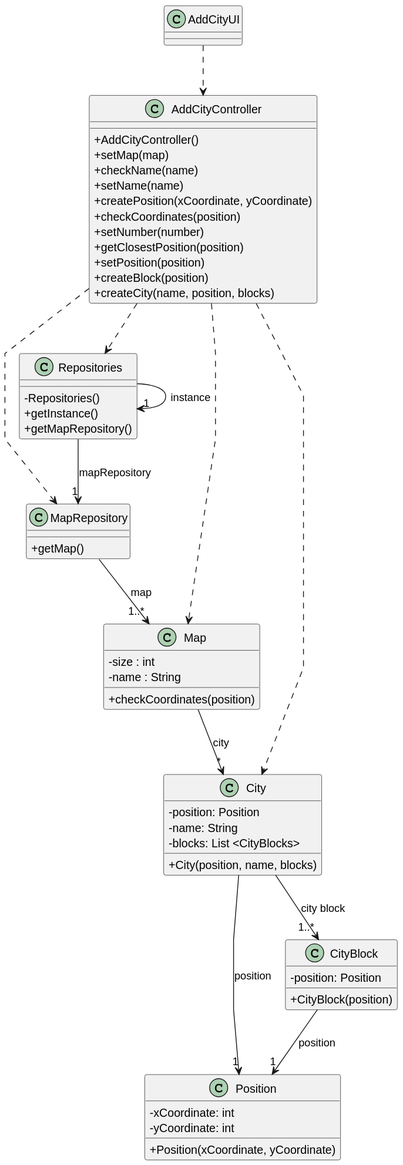
Before: docsFinais/US003/03.design/svg/US003-CD.svg, a diagram exported from PlantUML (1240935/pi2-railway-simulator).
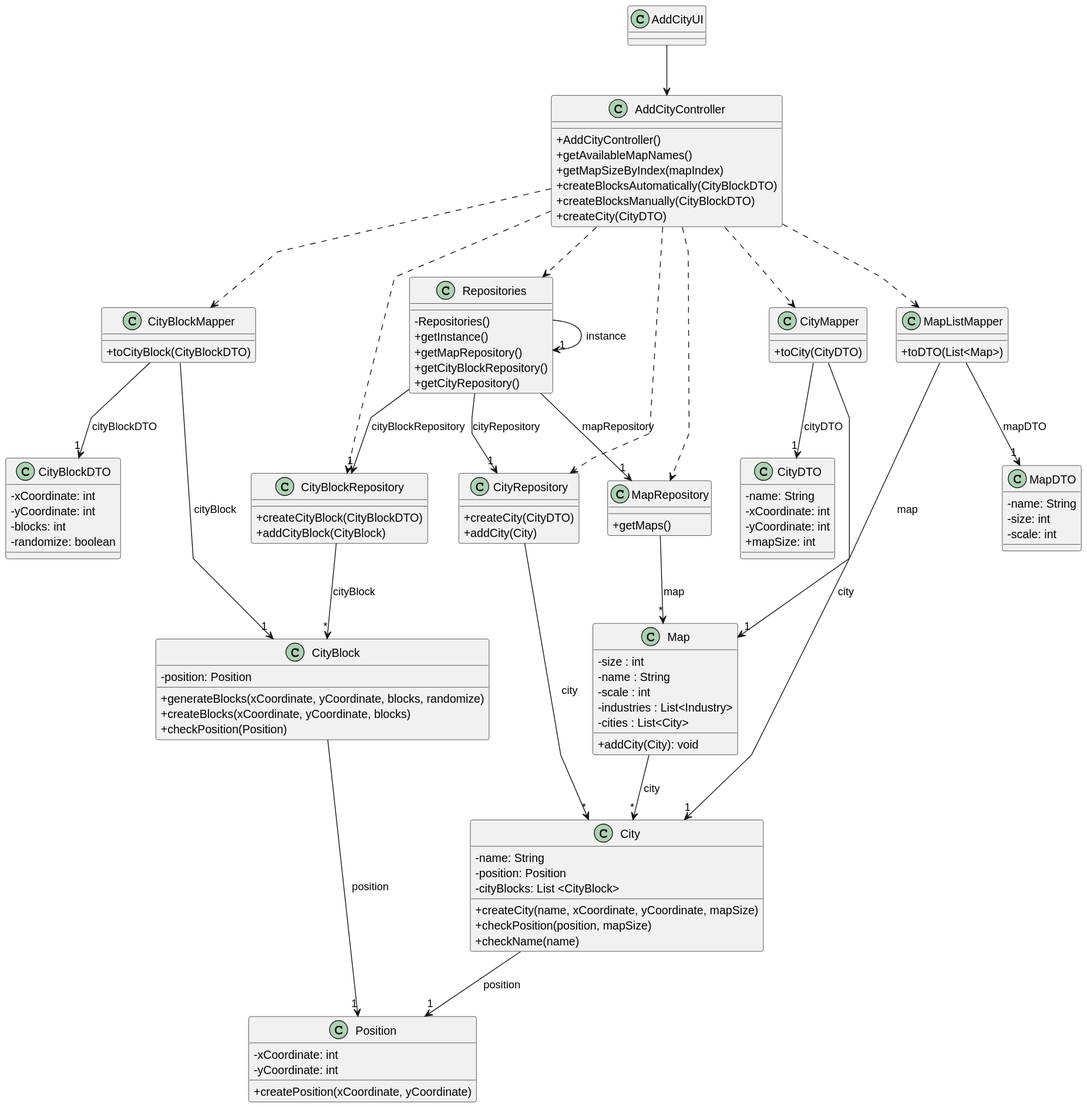
The same diagram one commit later.

The edit, as a diff of the source:
```diff
@@ -6,72 +6,130 @@
 skinparam classAttributeIconSize 0
 
 
-class AddCityUI {
-
+class AddCityUI{
 }
 
 class AddCityController {
   +AddCityController()
-  +setMap(map)
-  +checkName(name)
-  +setName(name)
-  +createPosition(xCoordinate, yCoordinate)
-  +checkCoordinates(position)
-  +setNumber(number)
-  +getClosestPosition(position)
-  +setPosition(position)
-  +createBlock(position)
-  +createCity(name, position, blocks)
+  +getAvailableMapNames()
+  +getMapSizeByIndex(mapIndex)
+  +createBlocksAutomatically(CityBlockDTO)
+  +createBlocksManually(CityBlockDTO)
+  +createCity(CityDTO)
+}
+
+class Repositories {
+  -Repositories()
+  +getInstance()
+  +getMapRepository()
+  +getCityBlockRepository()
+  +getCityRepository()
 }
 
 class MapRepository {
-     +getMap()
+  +getMaps()
 }
 
-class Repositories {
-    - Repositories()
-    + getInstance()
-    + getMapRepository()
+class CityBlockRepository {
+  +createCityBlock(CityBlockDTO)
+  +addCityBlock(CityBlock)
+}
+
+class CityRepository {
+  +createCity(CityDTO)
+  +addCity(City)
+}
+
+class MapListMapper {
+  +toDTO(List<Map>)
+}
+
+class CityBlockMapper {
+  +toCityBlock(CityBlockDTO)
+}
+
+class CityMapper {
+  +toCity(CityDTO)
+}
+
+class MapDTO {
+  -name: String
+  -size: int
+  -scale: int
+}
+
+class CityBlockDTO {
+  -xCoordinate: int
+  -yCoordinate: int
+  -blocks: int
+  -randomize: boolean
+}
+
+class CityDTO {
+  -name: String
+  -xCoordinate: int
+  -yCoordinate: int
+  +mapSize: int
 }
 
 class Map {
   - size : int
-  - name : String
-  +checkCoordinates(position)
+    - name : String
+    - scale : int
+    - industries : List<Industry>
+    - cities : List<City>
+  +addCity(City): void
+}
+
+class CityBlock {
+   -position: Position
+  +generateBlocks(xCoordinate, yCoordinate, blocks, randomize)
+  +createBlocks(xCoordinate, yCoordinate, blocks)
+  +checkPosition(Position)
 }
 
 class City {
-  - position: Position
-  - name: String
-  - blocks: List <CityBlocks>
-  + City(position, name, blocks)
+  -name: String
+  -position: Position
+  -cityBlocks: List <CityBlock>
+  +createCity(name, xCoordinate, yCoordinate, mapSize)
+  +checkPosition(position, mapSize)
+  +checkName(name)
 }
 
 class Position {
- - xCoordinate: int
- - yCoordinate: int
- +Position(xCoordinate, yCoordinate)
+  -xCoordinate: int
+  -yCoordinate: int
+  +createPosition(xCoordinate, yCoordinate)
 }
 
-class CityBlock{
-   - position: Position
-   +CityBlock(position)
-}
+AddCityUI --> AddCityController
 
-AddCityUI ..> AddCityController
 AddCityController ..> Repositories
+AddCityController ..> MapListMapper
+AddCityController ..> CityBlockMapper
+AddCityController ..> CityMapper
 AddCityController ..> MapRepository
-AddCityController ..> City
-AddCityController ..> Map
+AddCityController ..> CityBlockRepository
+AddCityController ..> CityRepository
 
-MapRepository --> "1..*" Map : map
+Repositories -> "1" Repositories : instance
+Repositories --> "1" MapRepository: mapRepository
+Repositories --> "1" CityBlockRepository: cityBlockRepository
+Repositories --> "1" CityRepository: cityRepository
 
-Map --> "*" City : city
+MapRepository --> "*" Map: map
+MapListMapper --> "1" MapDTO: mapDTO
+MapListMapper --> "1" Map: map
+CityBlockMapper --> "1" CityBlock: cityBlock
+CityBlockMapper --> "1" CityBlockDTO: cityBlockDTO
+CityMapper --> "1" City: city
+CityMapper --> "1" CityDTO: cityDTO
 
-Repositories --> "1" MapRepository : mapRepository
-Repositories --> "1" Repositories : instance
+CityBlockRepository --> "*" CityBlock: cityBlock
+CityRepository --> "*" City: city
 
-City --> "1" Position : position
-City --> "1..*" CityBlock : city block
-CityBlock --> "1" Position : position
+City --> "1" Position: position
+CityBlock --> "1" Position: position
+Map --> "*" City: city
 @enduml
```
